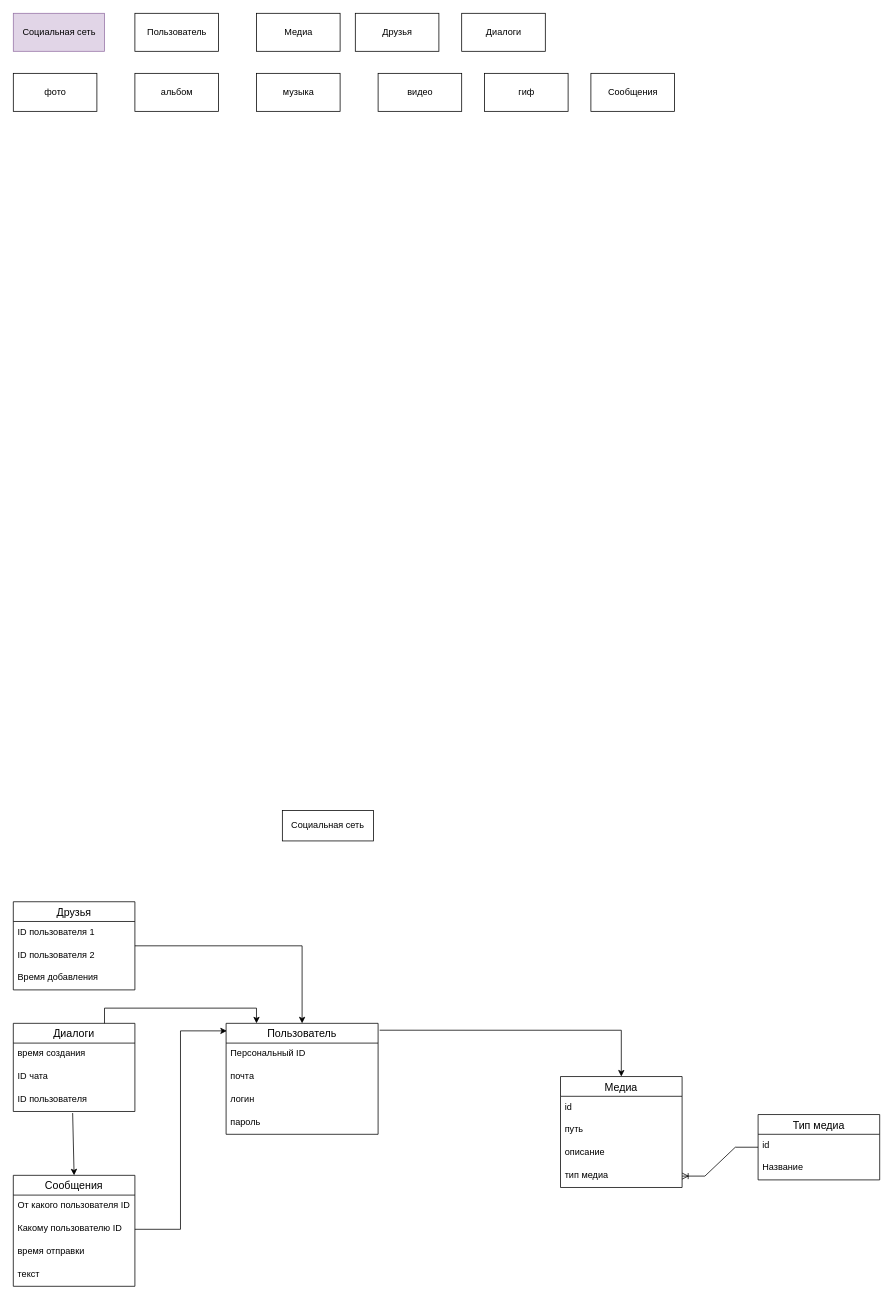
Above: Диаграмма без названия.drawio in iluhadesolator/hexlet-git (draw.io), before the change. Source tidied: cells renumbered, new cells numbered last; positions are measured from the earlier drawing's top-left corner, leaving out a move shared by most shapes. Both pictures are drawn from the tidied source at 76%, with x=0, y=0 at pixel (13, 13).
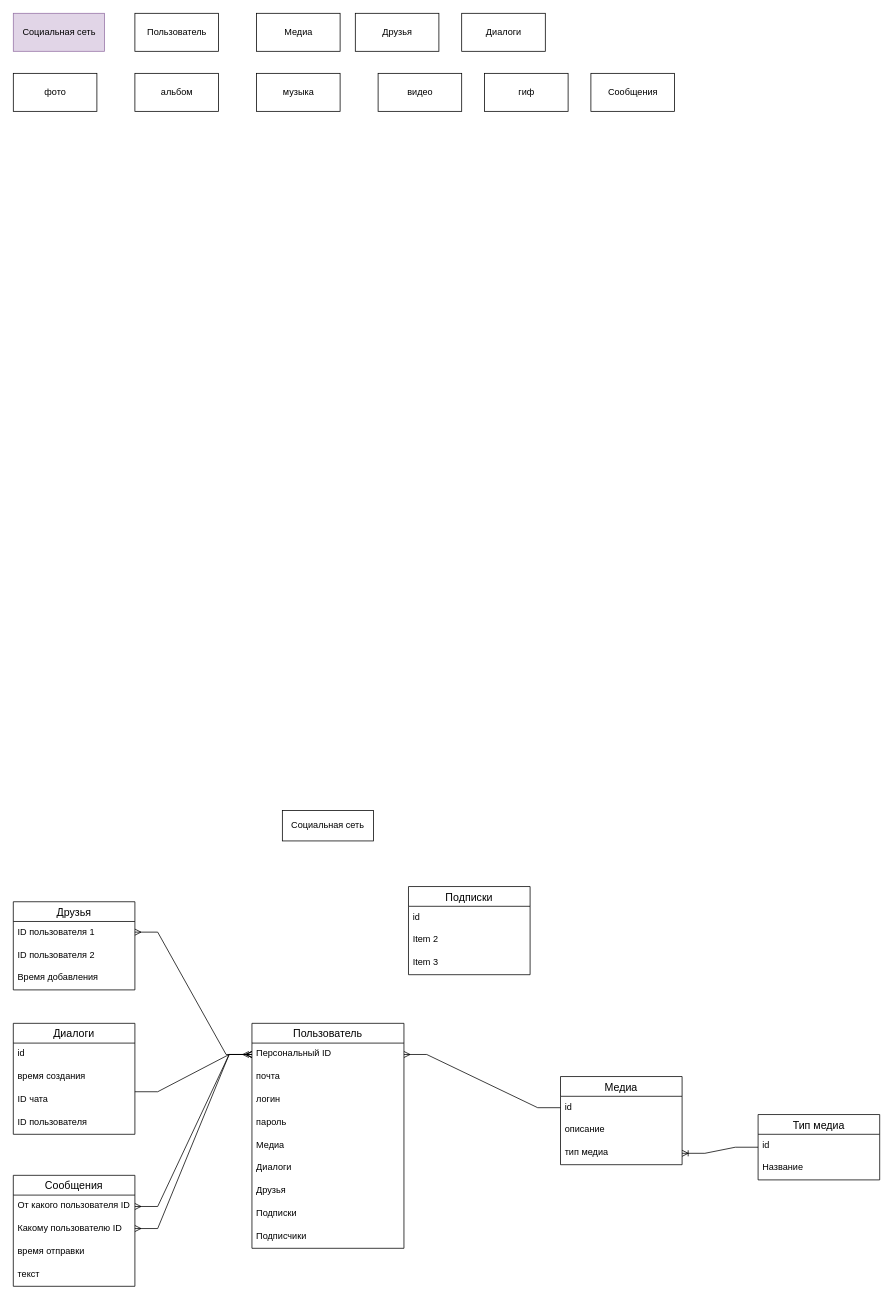
After the change.

The change refers to these unchanged cells:
```xml
<mxCell id="3" value="Сообщения" style="swimlane;fontStyle=0;horizontal=1;startSize=26;align=center;fontSize=14;" parent="1" vertex="1">
  <mxGeometry y="1529" width="160" height="146" as="geometry" />
</mxCell>
<mxCell id="4" value="От какого пользователя ID" style="text;strokeColor=none;fillColor=none;spacingLeft=4;spacingRight=4;overflow=hidden;points=[[0,0.5],[1,0.5]];portConstraint=eastwest;fontSize=12;" parent="3" vertex="1">
  <mxGeometry y="26" width="160" height="30" as="geometry" />
</mxCell>
<mxCell id="5" value="Какому пользователю ID" style="text;strokeColor=none;fillColor=none;spacingLeft=4;spacingRight=4;overflow=hidden;points=[[0,0.5],[1,0.5]];portConstraint=eastwest;fontSize=12;" parent="3" vertex="1">
  <mxGeometry y="56" width="160" height="30" as="geometry" />
</mxCell>
<mxCell id="9" value="Персональный ID" style="text;strokeColor=none;fillColor=none;spacingLeft=4;spacingRight=4;overflow=hidden;points=[[0,0.5],[1,0.5]];portConstraint=eastwest;fontSize=12;" parent="8" vertex="1">
  <mxGeometry y="26" width="200" height="30" as="geometry" />
</mxCell>
<mxCell id="19" value="id" style="text;strokeColor=none;fillColor=none;spacingLeft=4;spacingRight=4;overflow=hidden;points=[[0,0.5],[1,0.5]];portConstraint=eastwest;fontSize=12;" parent="18" vertex="1">
  <mxGeometry y="26" width="160" height="30" as="geometry" />
</mxCell>
<mxCell id="24" value="Друзья" style="swimlane;fontStyle=0;horizontal=1;startSize=26;align=center;fontSize=14;" parent="1" vertex="1">
  <mxGeometry y="1169" width="160" height="116" as="geometry" />
</mxCell>
```

What changed in the source:
```diff
@@
     <mxCell id="8" value="Пользователь" style="swimlane;fontStyle=0;horizontal=1;startSize=26;align=center;fontSize=14;" parent="1" vertex="1">
-      <mxGeometry x="280" y="1329" width="200" height="146" as="geometry" />
+      <mxGeometry x="314" y="1329" width="200" height="296" as="geometry" />
     </mxCell>
@@
+    <mxCell id="46" value="Медиа" style="text;strokeColor=none;fillColor=none;spacingLeft=4;spacingRight=4;overflow=hidden;fontSize=12;" parent="8" vertex="1">
+      <mxGeometry y="146" width="200" height="30" as="geometry" />
+    </mxCell>
+    <mxCell id="47" value="Диалоги" style="text;strokeColor=none;fillColor=none;spacingLeft=4;spacingRight=4;overflow=hidden;fontSize=12;" parent="8" vertex="1">
+      <mxGeometry y="176" width="200" height="30" as="geometry" />
+    </mxCell>
+    <mxCell id="48" value="Друзья" style="text;strokeColor=none;fillColor=none;spacingLeft=4;spacingRight=4;overflow=hidden;fontSize=12;" parent="8" vertex="1">
+      <mxGeometry y="206" width="200" height="30" as="geometry" />
+    </mxCell>
+    <mxCell id="49" value="Подписки" style="text;strokeColor=none;fillColor=none;spacingLeft=4;spacingRight=4;overflow=hidden;fontSize=12;" parent="8" vertex="1">
+      <mxGeometry y="236" width="200" height="30" as="geometry" />
+    </mxCell>
+    <mxCell id="50" value="Подписчики" style="text;strokeColor=none;fillColor=none;spacingLeft=4;spacingRight=4;overflow=hidden;fontSize=12;" parent="8" vertex="1">
+      <mxGeometry y="266" width="200" height="30" as="geometry" />
+    </mxCell>
     <mxCell id="13" value="Диалоги" style="swimlane;fontStyle=0;horizontal=1;startSize=26;align=center;fontSize=14;" parent="1" vertex="1">
-      <mxGeometry y="1329" width="160" height="116" as="geometry" />
+      <mxGeometry y="1329" width="160" height="146" as="geometry" />
     </mxCell>
-    <mxCell id="14" value="время создания" style="text;strokeColor=none;fillColor=none;spacingLeft=4;spacingRight=4;overflow=hidden;fontSize=12;" parent="13" vertex="1">
+    <mxCell id="14" value="id" style="text;strokeColor=none;fillColor=none;spacingLeft=4;spacingRight=4;overflow=hidden;fontSize=12;" parent="13" vertex="1">
       <mxGeometry y="26" width="160" height="30" as="geometry" />
     </mxCell>
+    <mxCell id="51" value="время создания" style="text;strokeColor=none;fillColor=none;spacingLeft=4;spacingRight=4;overflow=hidden;fontSize=12;" parent="13" vertex="1">
+      <mxGeometry y="56" width="160" height="30" as="geometry" />
+    </mxCell>
     <mxCell id="15" value="ID чата" style="text;strokeColor=none;fillColor=none;spacingLeft=4;spacingRight=4;overflow=hidden;fontSize=12;" parent="13" vertex="1">
-      <mxGeometry y="56" width="160" height="30" as="geometry" />
+      <mxGeometry y="86" width="160" height="30" as="geometry" />
     </mxCell>
     <mxCell id="16" value="ID пользователя" style="text;strokeColor=none;fillColor=none;spacingLeft=4;spacingRight=4;overflow=hidden;points=[[0,0.5],[1,0.5]];portConstraint=eastwest;fontSize=12;" parent="13" vertex="1">
-      <mxGeometry y="86" width="160" height="30" as="geometry" />
+      <mxGeometry y="116" width="160" height="30" as="geometry" />
     </mxCell>
-    <mxCell id="17" style="edgeStyle=none;rounded=0;jettySize=auto;html=1;entryX=0.5;entryY=0;entryDx=0;entryDy=0;exitX=0.488;exitY=1.067;exitDx=0;exitDy=0;exitPerimeter=0;" parent="1" edge="1" source="16" target="3">
-      <mxGeometry relative="1" as="geometry" />
-    </mxCell>
     <mxCell id="18" value="Медиа" style="swimlane;fontStyle=0;horizontal=1;startSize=26;align=center;fontSize=14;" parent="1" vertex="1">
-      <mxGeometry x="720" y="1399" width="160" height="146" as="geometry" />
+      <mxGeometry x="720" y="1399" width="160" height="116" as="geometry" />
     </mxCell>
@@
-    <mxCell id="20" value="путь" style="text;strokeColor=none;fillColor=none;spacingLeft=4;spacingRight=4;overflow=hidden;fontSize=12;" parent="18" vertex="1">
-      <mxGeometry y="56" width="160" height="30" as="geometry" />
-    </mxCell>
     <mxCell id="21" value="описание" style="text;strokeColor=none;fillColor=none;spacingLeft=4;spacingRight=4;overflow=hidden;fontSize=12;" parent="18" vertex="1">
-      <mxGeometry y="86" width="160" height="30" as="geometry" />
+      <mxGeometry y="56" width="160" height="30" as="geometry" />
     </mxCell>
     <mxCell id="22" value="тип медиа" style="text;strokeColor=none;fillColor=none;spacingLeft=4;spacingRight=4;overflow=hidden;points=[[0,0.5],[1,0.5]];portConstraint=eastwest;fontSize=12;" parent="18" vertex="1">
-      <mxGeometry y="116" width="160" height="30" as="geometry" />
+      <mxGeometry y="86" width="160" height="30" as="geometry" />
     </mxCell>
-    <mxCell id="23" style="edgeStyle=orthogonalEdgeStyle;rounded=0;jettySize=auto;html=1;" parent="1" edge="1" source="24" target="8">
-      <mxGeometry relative="1" as="geometry" />
-    </mxCell>
@@
-    <mxCell id="39" style="edgeStyle=orthogonalEdgeStyle;rounded=0;jettySize=auto;html=1;entryX=0.5;entryY=0;entryDx=0;entryDy=0;exitX=1.01;exitY=0.062;exitDx=0;exitDy=0;exitPerimeter=0;" parent="1" edge="1" source="8" target="18">
-      <mxGeometry relative="1" as="geometry" />
-    </mxCell>
-    <mxCell id="40" style="edgeStyle=orthogonalEdgeStyle;rounded=0;jettySize=auto;html=1;entryX=0.2;entryY=0;entryDx=0;entryDy=0;entryPerimeter=0;exitX=0.75;exitY=0;exitDx=0;exitDy=0;" parent="1" edge="1" source="13" target="8">
-      <mxGeometry relative="1" as="geometry" />
-    </mxCell>
-    <mxCell id="41" style="edgeStyle=orthogonalEdgeStyle;rounded=0;jettySize=auto;html=1;entryX=0.005;entryY=0.068;entryDx=0;entryDy=0;entryPerimeter=0;" parent="1" edge="1" source="5" target="8">
-      <mxGeometry relative="1" as="geometry" />
-    </mxCell>
@@
+    <mxCell id="52" style="edgeStyle=entityRelationEdgeStyle;fontSize=12;html=1;endArrow=ERmany;rounded=0;exitX=0;exitY=0.5;exitDx=0;exitDy=0;entryX=1;entryY=0.5;entryDx=0;entryDy=0;" parent="1" edge="1" source="19" target="9">
+      <mxGeometry relative="1" as="geometry" />
+    </mxCell>
+    <mxCell id="53" style="edgeStyle=entityRelationEdgeStyle;fontSize=12;html=1;endArrow=ERmany;rounded=0;entryX=0;entryY=0.5;entryDx=0;entryDy=0;" parent="1" edge="1" target="9">
+      <mxGeometry relative="1" as="geometry">
+        <mxPoint x="160" y="1419" as="sourcePoint" />
+      </mxGeometry>
+    </mxCell>
+    <mxCell id="54" style="edgeStyle=entityRelationEdgeStyle;fontSize=12;html=1;endArrow=ERmany;startArrow=ERmany;rounded=0;entryX=0;entryY=0.5;entryDx=0;entryDy=0;exitX=1;exitY=0.5;exitDx=0;exitDy=0;" parent="1" edge="1" source="4" target="9">
+      <mxGeometry relative="1" as="geometry" />
+    </mxCell>
+    <mxCell id="55" style="edgeStyle=entityRelationEdgeStyle;fontSize=12;html=1;endArrow=ERmany;startArrow=ERmany;rounded=0;entryX=0;entryY=0.5;entryDx=0;entryDy=0;" parent="1" edge="1" target="9">
+      <mxGeometry relative="1" as="geometry">
+        <mxPoint x="160" y="1599" as="sourcePoint" />
+      </mxGeometry>
+    </mxCell>
+    <mxCell id="56" style="edgeStyle=entityRelationEdgeStyle;fontSize=12;html=1;endArrow=ERmany;startArrow=ERmany;rounded=0;" parent="1" edge="1">
+      <mxGeometry relative="1" as="geometry">
+        <mxPoint x="160" y="1209" as="sourcePoint" />
+        <mxPoint x="310" y="1370" as="targetPoint" />
+      </mxGeometry>
+    </mxCell>
+    <mxCell id="57" value="Подписки" style="swimlane;fontStyle=0;horizontal=1;startSize=26;align=center;fontSize=14;" parent="1" vertex="1">
+      <mxGeometry x="520" y="1149" width="160" height="116" as="geometry" />
+    </mxCell>
+    <mxCell id="58" value="id" style="text;strokeColor=none;fillColor=none;spacingLeft=4;spacingRight=4;overflow=hidden;fontSize=12;" parent="57" vertex="1">
+      <mxGeometry y="26" width="160" height="30" as="geometry" />
+    </mxCell>
+    <mxCell id="59" value="Item 2" style="text;strokeColor=none;fillColor=none;spacingLeft=4;spacingRight=4;overflow=hidden;fontSize=12;" parent="57" vertex="1">
+      <mxGeometry y="56" width="160" height="30" as="geometry" />
+    </mxCell>
+    <mxCell id="60" value="Item 3" style="text;strokeColor=none;fillColor=none;spacingLeft=4;spacingRight=4;overflow=hidden;fontSize=12;" parent="57" vertex="1">
+      <mxGeometry y="86" width="160" height="30" as="geometry" />
+    </mxCell>
```
